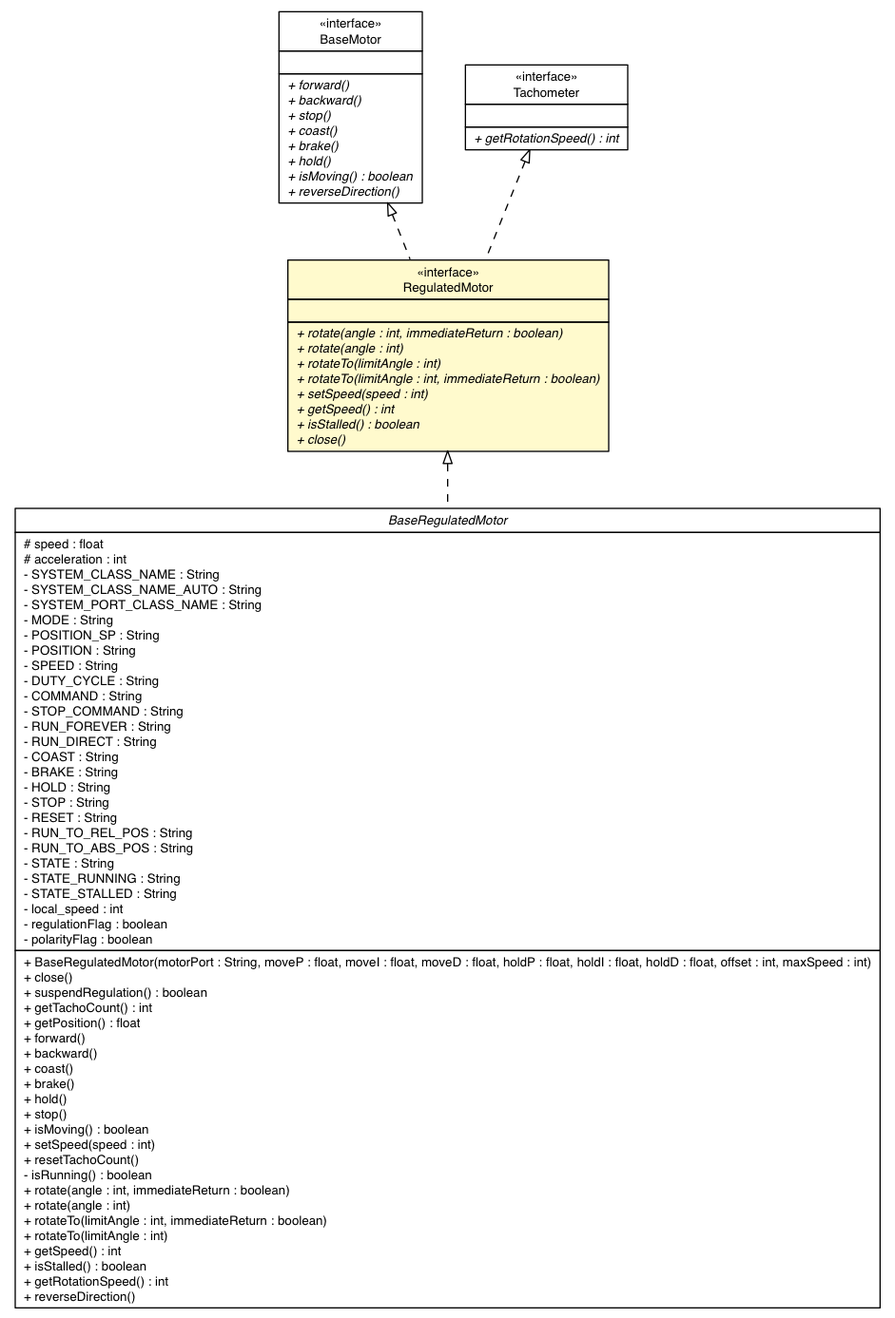
ev3dev-lang-java/ev3dev-lang-java keeps this Graphviz diagram as docs/api/lejos/robotics/RegulatedMotor.png. Above is the earlier version. Its source is kept beside it as docs/api/lejos/robotics/RegulatedMotor.dot.
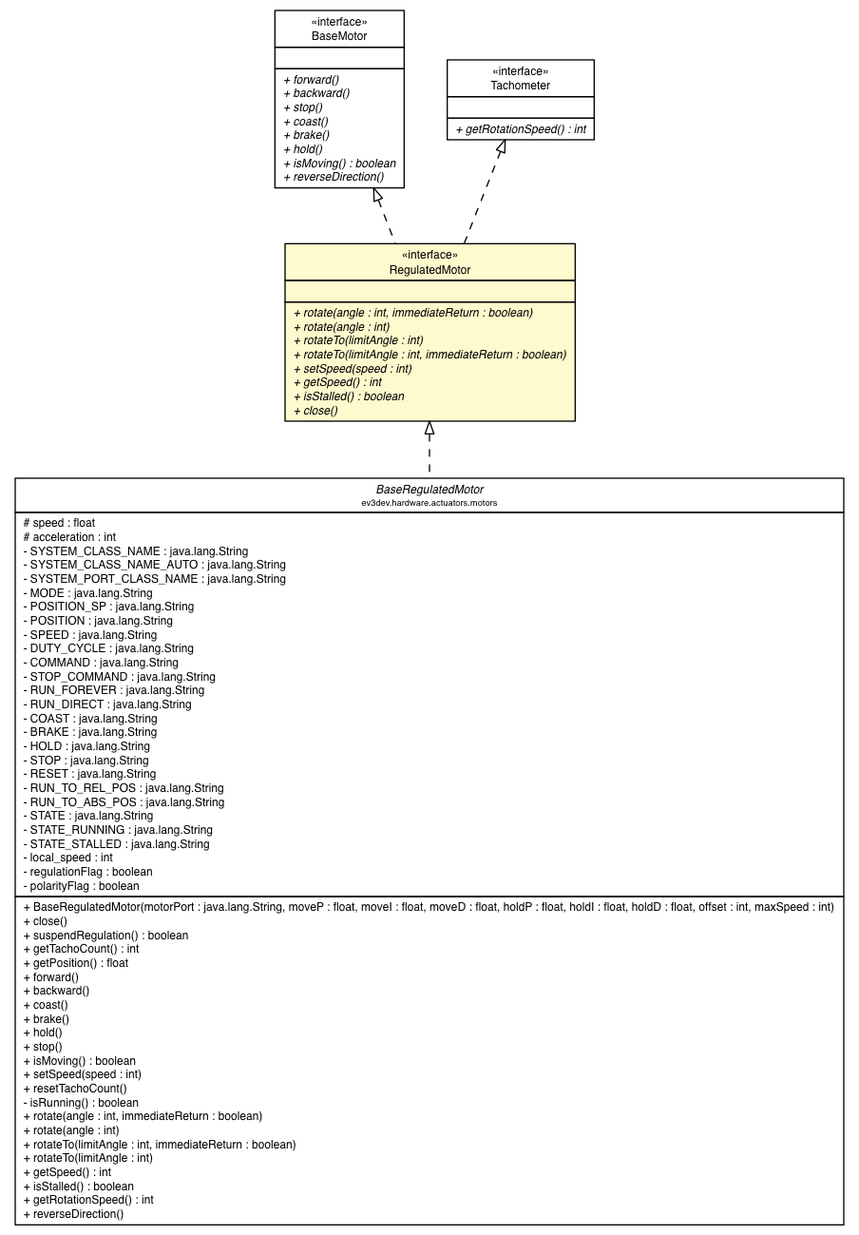
Later version of the same file.

Change to the diagram source:
```diff
@@ -4,41 +4,42 @@
 	node [fontname="Helvetica",fontsize=10,shape=plaintext];
 	nodesep=0.25;
 	ranksep=0.5;
-	c5925 [label=<<table title="ev3dev.hardware.actuators.motors.BaseRegulatedMotor" border="0" cellborder="1" cellspacing="0" cellpadding="2" port="p" href="../../ev3dev/hardware/actuators/motors/BaseRegulatedMotor.html">
+	c5926 [label=<<table title="ev3dev.hardware.actuators.motors.BaseRegulatedMotor" border="0" cellborder="1" cellspacing="0" cellpadding="2" port="p" href="../../ev3dev/hardware/actuators/motors/BaseRegulatedMotor.html">
 		<tr><td><table border="0" cellspacing="0" cellpadding="1">
 <tr><td align="center" balign="center"><font face="Helvetica-Oblique"> BaseRegulatedMotor </font></td></tr>
+<tr><td align="center" balign="center"><font point-size="7.0"> ev3dev.hardware.actuators.motors </font></td></tr>
 		</table></td></tr>
 		<tr><td><table border="0" cellspacing="0" cellpadding="1">
 <tr><td align="left" balign="left"> # speed : float </td></tr>
 <tr><td align="left" balign="left"> # acceleration : int </td></tr>
-<tr><td align="left" balign="left"> - SYSTEM_CLASS_NAME : String </td></tr>
-<tr><td align="left" balign="left"> - SYSTEM_CLASS_NAME_AUTO : String </td></tr>
-<tr><td align="left" balign="left"> - SYSTEM_PORT_CLASS_NAME : String </td></tr>
-<tr><td align="left" balign="left"> - MODE : String </td></tr>
-<tr><td align="left" balign="left"> - POSITION_SP : String </td></tr>
-<tr><td align="left" balign="left"> - POSITION : String </td></tr>
-<tr><td align="left" balign="left"> - SPEED : String </td></tr>
-<tr><td align="left" balign="left"> - DUTY_CYCLE : String </td></tr>
-<tr><td align="left" balign="left"> - COMMAND : String </td></tr>
-<tr><td align="left" balign="left"> - STOP_COMMAND : String </td></tr>
-<tr><td align="left" balign="left"> - RUN_FOREVER : String </td></tr>
-<tr><td align="left" balign="left"> - RUN_DIRECT : String </td></tr>
-<tr><td align="left" balign="left"> - COAST : String </td></tr>
-<tr><td align="left" balign="left"> - BRAKE : String </td></tr>
-<tr><td align="left" balign="left"> - HOLD : String </td></tr>
-<tr><td align="left" balign="left"> - STOP : String </td></tr>
-<tr><td align="left" balign="left"> - RESET : String </td></tr>
-<tr><td align="left" balign="left"> - RUN_TO_REL_POS : String </td></tr>
-<tr><td align="left" balign="left"> - RUN_TO_ABS_POS : String </td></tr>
-<tr><td align="left" balign="left"> - STATE : String </td></tr>
-<tr><td align="left" balign="left"> - STATE_RUNNING : String </td></tr>
-<tr><td align="left" balign="left"> - STATE_STALLED : String </td></tr>
+<tr><td align="left" balign="left"> - SYSTEM_CLASS_NAME : java.lang.String </td></tr>
+<tr><td align="left" balign="left"> - SYSTEM_CLASS_NAME_AUTO : java.lang.String </td></tr>
+<tr><td align="left" balign="left"> - SYSTEM_PORT_CLASS_NAME : java.lang.String </td></tr>
+<tr><td align="left" balign="left"> - MODE : java.lang.String </td></tr>
+<tr><td align="left" balign="left"> - POSITION_SP : java.lang.String </td></tr>
+<tr><td align="left" balign="left"> - POSITION : java.lang.String </td></tr>
+<tr><td align="left" balign="left"> - SPEED : java.lang.String </td></tr>
+<tr><td align="left" balign="left"> - DUTY_CYCLE : java.lang.String </td></tr>
+<tr><td align="left" balign="left"> - COMMAND : java.lang.String </td></tr>
+<tr><td align="left" balign="left"> - STOP_COMMAND : java.lang.String </td></tr>
+<tr><td align="left" balign="left"> - RUN_FOREVER : java.lang.String </td></tr>
+<tr><td align="left" balign="left"> - RUN_DIRECT : java.lang.String </td></tr>
+<tr><td align="left" balign="left"> - COAST : java.lang.String </td></tr>
+<tr><td align="left" balign="left"> - BRAKE : java.lang.String </td></tr>
+<tr><td align="left" balign="left"> - HOLD : java.lang.String </td></tr>
+<tr><td align="left" balign="left"> - STOP : java.lang.String </td></tr>
+<tr><td align="left" balign="left"> - RESET : java.lang.String </td></tr>
+<tr><td align="left" balign="left"> - RUN_TO_REL_POS : java.lang.String </td></tr>
+<tr><td align="left" balign="left"> - RUN_TO_ABS_POS : java.lang.String </td></tr>
+<tr><td align="left" balign="left"> - STATE : java.lang.String </td></tr>
+<tr><td align="left" balign="left"> - STATE_RUNNING : java.lang.String </td></tr>
+<tr><td align="left" balign="left"> - STATE_STALLED : java.lang.String </td></tr>
 <tr><td align="left" balign="left"> - local_speed : int </td></tr>
 <tr><td align="left" balign="left"> - regulationFlag : boolean </td></tr>
 <tr><td align="left" balign="left"> - polarityFlag : boolean </td></tr>
 		</table></td></tr>
 		<tr><td><table border="0" cellspacing="0" cellpadding="1">
-<tr><td align="left" balign="left"> + BaseRegulatedMotor(motorPort : String, moveP : float, moveI : float, moveD : float, holdP : float, holdI : float, holdD : float, offset : int, maxSpeed : int) </td></tr>
+<tr><td align="left" balign="left"> + BaseRegulatedMotor(motorPort : java.lang.String, moveP : float, moveI : float, moveD : float, holdP : float, holdI : float, holdD : float, offset : int, maxSpeed : int) </td></tr>
 <tr><td align="left" balign="left"> + close() </td></tr>
 <tr><td align="left" balign="left"> + suspendRegulation() : boolean </td></tr>
 <tr><td align="left" balign="left"> + getTachoCount() : int </td></tr>
@@ -62,8 +63,8 @@
 <tr><td align="left" balign="left"> + getRotationSpeed() : int </td></tr>
 <tr><td align="left" balign="left"> + reverseDirection() </td></tr>
 		</table></td></tr>
-		</table>>, URL="../../ev3dev/hardware/actuators/motors/BaseRegulatedMotor.html", fontname="Helvetica", fontcolor="black", fontsize=10.0];
-	c5962 [label=<<table title="lejos.robotics.BaseMotor" border="0" cellborder="1" cellspacing="0" cellpadding="2" port="p" href="./BaseMotor.html">
+		</table>>, URL="../../ev3dev/hardware/actuators/motors/BaseRegulatedMotor.html", fontname="Helvetica", fontcolor="black", fontsize=9.0];
+	c5963 [label=<<table title="lejos.robotics.BaseMotor" border="0" cellborder="1" cellspacing="0" cellpadding="2" port="p" href="./BaseMotor.html">
 		<tr><td><table border="0" cellspacing="0" cellpadding="1">
 <tr><td align="center" balign="center"> &#171;interface&#187; </td></tr>
 <tr><td align="center" balign="center"> BaseMotor </td></tr>
@@ -72,17 +73,17 @@
 <tr><td align="left" balign="left">  </td></tr>
 		</table></td></tr>
 		<tr><td><table border="0" cellspacing="0" cellpadding="1">
-<tr><td align="left" balign="left"><font face="Helvetica-Oblique" point-size="10.0"> + forward() </font></td></tr>
-<tr><td align="left" balign="left"><font face="Helvetica-Oblique" point-size="10.0"> + backward() </font></td></tr>
-<tr><td align="left" balign="left"><font face="Helvetica-Oblique" point-size="10.0"> + stop() </font></td></tr>
-<tr><td align="left" balign="left"><font face="Helvetica-Oblique" point-size="10.0"> + coast() </font></td></tr>
-<tr><td align="left" balign="left"><font face="Helvetica-Oblique" point-size="10.0"> + brake() </font></td></tr>
-<tr><td align="left" balign="left"><font face="Helvetica-Oblique" point-size="10.0"> + hold() </font></td></tr>
-<tr><td align="left" balign="left"><font face="Helvetica-Oblique" point-size="10.0"> + isMoving() : boolean </font></td></tr>
-<tr><td align="left" balign="left"><font face="Helvetica-Oblique" point-size="10.0"> + reverseDirection() </font></td></tr>
+<tr><td align="left" balign="left"><font face="Helvetica-Oblique" point-size="9.0"> + forward() </font></td></tr>
+<tr><td align="left" balign="left"><font face="Helvetica-Oblique" point-size="9.0"> + backward() </font></td></tr>
+<tr><td align="left" balign="left"><font face="Helvetica-Oblique" point-size="9.0"> + stop() </font></td></tr>
+<tr><td align="left" balign="left"><font face="Helvetica-Oblique" point-size="9.0"> + coast() </font></td></tr>
+<tr><td align="left" balign="left"><font face="Helvetica-Oblique" point-size="9.0"> + brake() </font></td></tr>
+<tr><td align="left" balign="left"><font face="Helvetica-Oblique" point-size="9.0"> + hold() </font></td></tr>
+<tr><td align="left" balign="left"><font face="Helvetica-Oblique" point-size="9.0"> + isMoving() : boolean </font></td></tr>
+<tr><td align="left" balign="left"><font face="Helvetica-Oblique" point-size="9.0"> + reverseDirection() </font></td></tr>
 		</table></td></tr>
-		</table>>, URL="./BaseMotor.html", fontname="Helvetica", fontcolor="black", fontsize=10.0];
-	c5969 [label=<<table title="lejos.robotics.RegulatedMotor" border="0" cellborder="1" cellspacing="0" cellpadding="2" port="p" bgcolor="lemonChiffon" href="./RegulatedMotor.html">
+		</table>>, URL="./BaseMotor.html", fontname="Helvetica", fontcolor="black", fontsize=9.0];
+	c5970 [label=<<table title="lejos.robotics.RegulatedMotor" border="0" cellborder="1" cellspacing="0" cellpadding="2" port="p" bgcolor="lemonChiffon" href="./RegulatedMotor.html">
 		<tr><td><table border="0" cellspacing="0" cellpadding="1">
 <tr><td align="center" balign="center"> &#171;interface&#187; </td></tr>
 <tr><td align="center" balign="center"> RegulatedMotor </td></tr>
@@ -91,17 +92,17 @@
 <tr><td align="left" balign="left">  </td></tr>
 		</table></td></tr>
 		<tr><td><table border="0" cellspacing="0" cellpadding="1">
-<tr><td align="left" balign="left"><font face="Helvetica-Oblique" point-size="10.0"> + rotate(angle : int, immediateReturn : boolean) </font></td></tr>
-<tr><td align="left" balign="left"><font face="Helvetica-Oblique" point-size="10.0"> + rotate(angle : int) </font></td></tr>
-<tr><td align="left" balign="left"><font face="Helvetica-Oblique" point-size="10.0"> + rotateTo(limitAngle : int) </font></td></tr>
-<tr><td align="left" balign="left"><font face="Helvetica-Oblique" point-size="10.0"> + rotateTo(limitAngle : int, immediateReturn : boolean) </font></td></tr>
-<tr><td align="left" balign="left"><font face="Helvetica-Oblique" point-size="10.0"> + setSpeed(speed : int) </font></td></tr>
-<tr><td align="left" balign="left"><font face="Helvetica-Oblique" point-size="10.0"> + getSpeed() : int </font></td></tr>
-<tr><td align="left" balign="left"><font face="Helvetica-Oblique" point-size="10.0"> + isStalled() : boolean </font></td></tr>
-<tr><td align="left" balign="left"><font face="Helvetica-Oblique" point-size="10.0"> + close() </font></td></tr>
+<tr><td align="left" balign="left"><font face="Helvetica-Oblique" point-size="9.0"> + rotate(angle : int, immediateReturn : boolean) </font></td></tr>
+<tr><td align="left" balign="left"><font face="Helvetica-Oblique" point-size="9.0"> + rotate(angle : int) </font></td></tr>
+<tr><td align="left" balign="left"><font face="Helvetica-Oblique" point-size="9.0"> + rotateTo(limitAngle : int) </font></td></tr>
+<tr><td align="left" balign="left"><font face="Helvetica-Oblique" point-size="9.0"> + rotateTo(limitAngle : int, immediateReturn : boolean) </font></td></tr>
+<tr><td align="left" balign="left"><font face="Helvetica-Oblique" point-size="9.0"> + setSpeed(speed : int) </font></td></tr>
+<tr><td align="left" balign="left"><font face="Helvetica-Oblique" point-size="9.0"> + getSpeed() : int </font></td></tr>
+<tr><td align="left" balign="left"><font face="Helvetica-Oblique" point-size="9.0"> + isStalled() : boolean </font></td></tr>
+<tr><td align="left" balign="left"><font face="Helvetica-Oblique" point-size="9.0"> + close() </font></td></tr>
 		</table></td></tr>
-		</table>>, URL="./RegulatedMotor.html", fontname="Helvetica", fontcolor="black", fontsize=10.0];
-	c5971 [label=<<table title="lejos.robotics.Tachometer" border="0" cellborder="1" cellspacing="0" cellpadding="2" port="p" href="./Tachometer.html">
+		</table>>, URL="./RegulatedMotor.html", fontname="Helvetica", fontcolor="black", fontsize=9.0];
+	c5972 [label=<<table title="lejos.robotics.Tachometer" border="0" cellborder="1" cellspacing="0" cellpadding="2" port="p" href="./Tachometer.html">
 		<tr><td><table border="0" cellspacing="0" cellpadding="1">
 <tr><td align="center" balign="center"> &#171;interface&#187; </td></tr>
 <tr><td align="center" balign="center"> Tachometer </td></tr>
@@ -110,10 +111,10 @@
 <tr><td align="left" balign="left">  </td></tr>
 		</table></td></tr>
 		<tr><td><table border="0" cellspacing="0" cellpadding="1">
-<tr><td align="left" balign="left"><font face="Helvetica-Oblique" point-size="10.0"> + getRotationSpeed() : int </font></td></tr>
+<tr><td align="left" balign="left"><font face="Helvetica-Oblique" point-size="9.0"> + getRotationSpeed() : int </font></td></tr>
 		</table></td></tr>
-		</table>>, URL="./Tachometer.html", fontname="Helvetica", fontcolor="black", fontsize=10.0];
-	c5969:p -> c5925:p [dir=back,arrowtail=empty,style=dashed];
-	c5962:p -> c5969:p [dir=back,arrowtail=empty,style=dashed];
-	c5971:p -> c5969:p [dir=back,arrowtail=empty,style=dashed];
+		</table>>, URL="./Tachometer.html", fontname="Helvetica", fontcolor="black", fontsize=9.0];
+	c5970:p -> c5926:p [dir=back,arrowtail=empty,style=dashed];
+	c5963:p -> c5970:p [dir=back,arrowtail=empty,style=dashed];
+	c5972:p -> c5970:p [dir=back,arrowtail=empty,style=dashed];
 }
```
